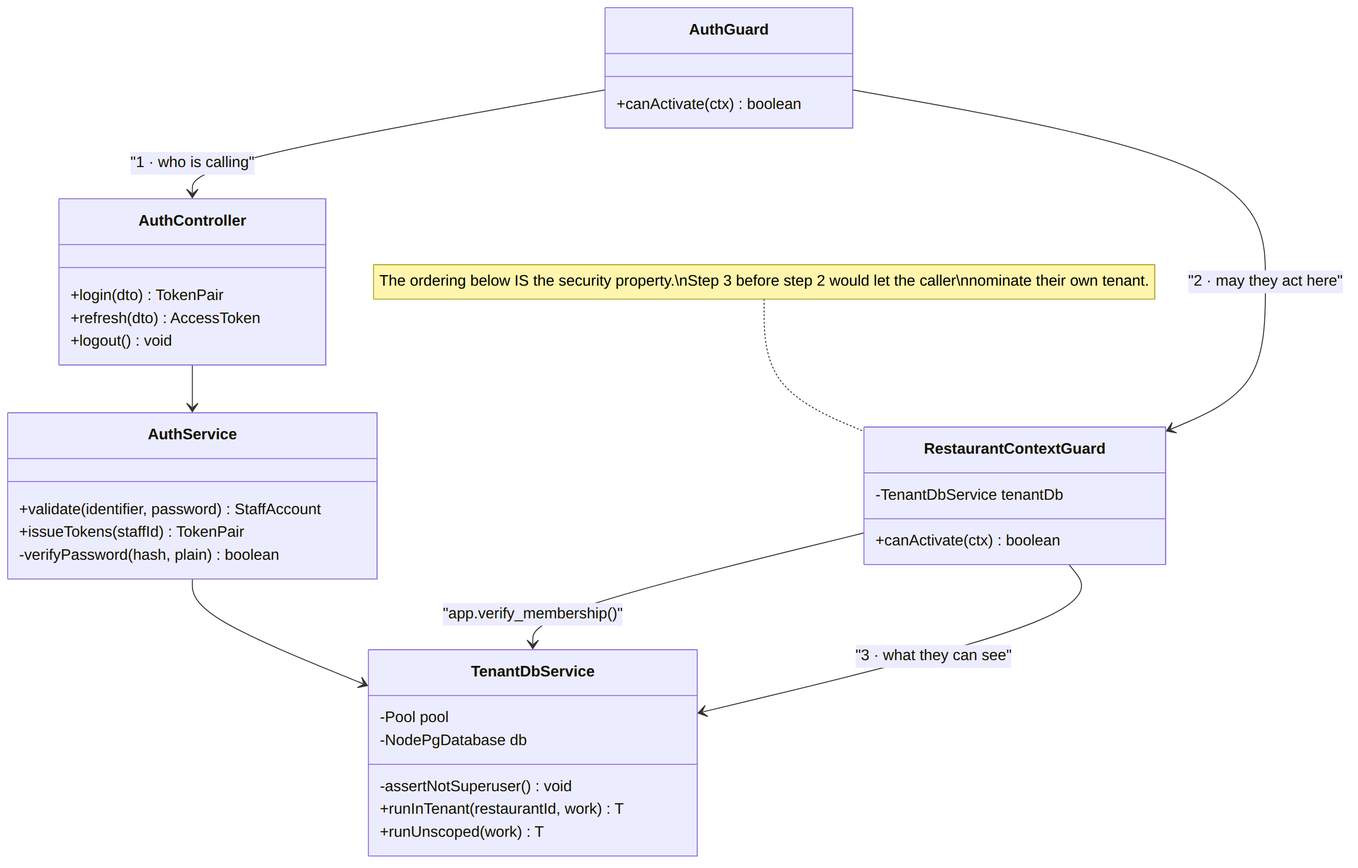
This is docs/diagrams/06a-class-auth.png from mozz-labs/sufria, a Mermaid export, as it was before one commit. Its source is kept beside it as docs/diagrams/06a-class-auth.mmd. Its diagram source:
```mermaid
classDiagram
    direction TB
    note for RestaurantContextGuard "The ordering below IS the security property.\nStep 3 before step 2 would let the caller\nnominate their own tenant."

    class AuthController {
        +login(dto) TokenPair
        +refresh(dto) AccessToken
        +logout() void
    }
    class AuthService {
        +validate(identifier, password) StaffAccount
        +issueTokens(staffId) TokenPair
        -verifyPassword(hash, plain) boolean
    }
    class AuthGuard {
        +canActivate(ctx) boolean
    }
    class RestaurantContextGuard {
        -TenantDbService tenantDb
        +canActivate(ctx) boolean
    }
    class TenantDbService {
        -Pool pool
        -NodePgDatabase db
        -assertNotSuperuser() void
        +runInTenant(restaurantId, work) T
        +runUnscoped(work) T
    }

    AuthController --> AuthService
    AuthService --> TenantDbService
    AuthGuard --> AuthController : "1 · who is calling"
    AuthGuard --> RestaurantContextGuard : "2 · may they act here"
    RestaurantContextGuard --> TenantDbService : "app.verify_membership()"
    RestaurantContextGuard --> TenantDbService : "3 · what they can see"
```
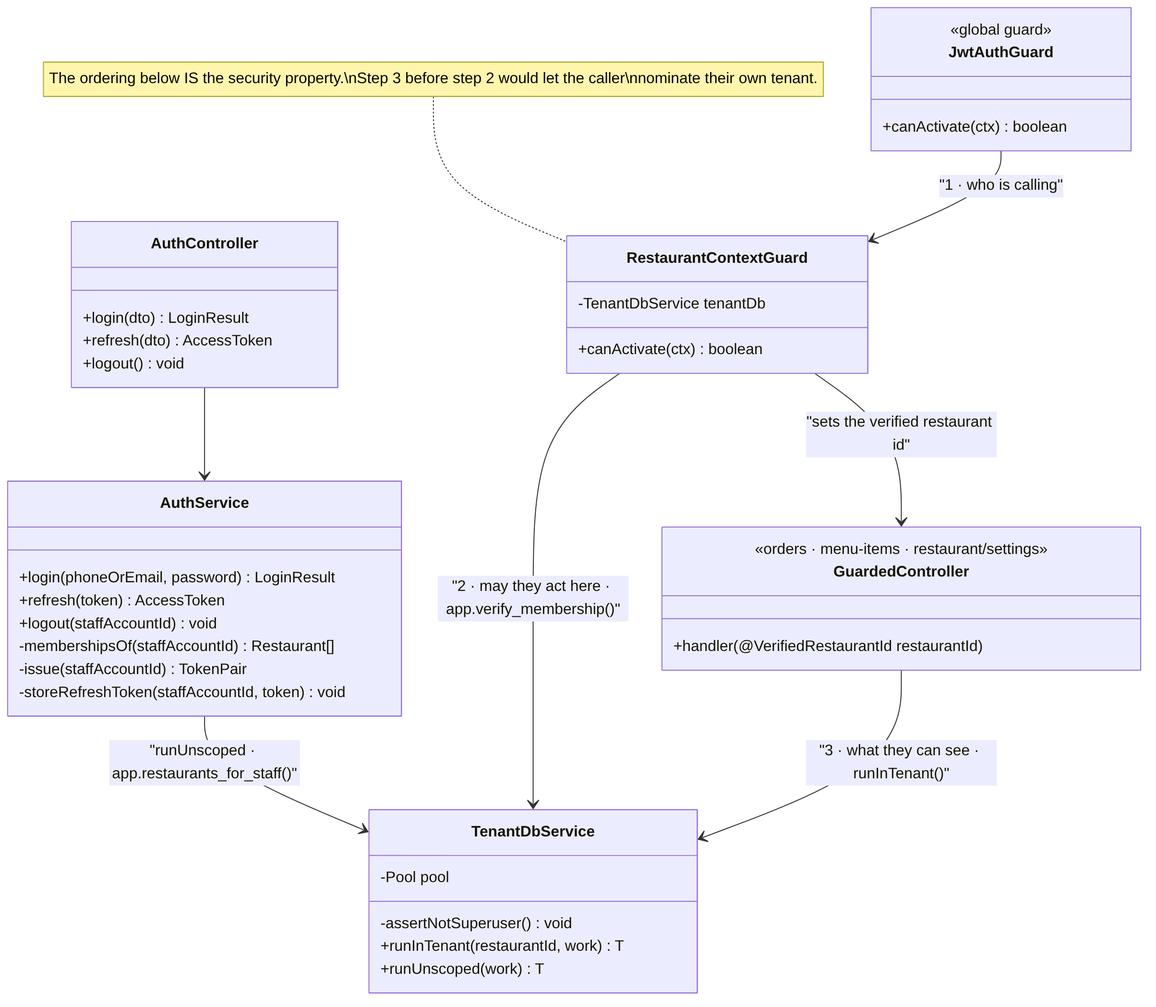
After the commit.

The edit, as a diff of the source:
```diff
@@ -1,35 +1,42 @@
 classDiagram
     direction TB
-    note for RestaurantContextGuard "The ordering below IS the security property.\nStep 3 before step 2 would let the caller\nnominate their own tenant."
+    note for RestaurantContextGuard "The ordering below IS the security property.<br/>Step 3 before step 2 would let the caller<br/>nominate their own tenant."
 
     class AuthController {
-        +login(dto) TokenPair
+        +login(dto) LoginResult
         +refresh(dto) AccessToken
         +logout() void
     }
     class AuthService {
-        +validate(identifier, password) StaffAccount
-        +issueTokens(staffId) TokenPair
-        -verifyPassword(hash, plain) boolean
+        +login(phoneOrEmail, password) LoginResult
+        +refresh(token) AccessToken
+        +logout(staffAccountId) void
+        -membershipsOf(staffAccountId) Restaurant[]
+        -issue(staffAccountId) TokenPair
+        -storeRefreshToken(staffAccountId, token) void
     }
-    class AuthGuard {
+    class JwtAuthGuard {
+        <<global guard>>
         +canActivate(ctx) boolean
     }
     class RestaurantContextGuard {
         -TenantDbService tenantDb
         +canActivate(ctx) boolean
     }
+    class GuardedController {
+        <<orders · menu-items · restaurant/settings>>
+        +handler(@VerifiedRestaurantId restaurantId)
+    }
     class TenantDbService {
         -Pool pool
-        -NodePgDatabase db
         -assertNotSuperuser() void
         +runInTenant(restaurantId, work) T
         +runUnscoped(work) T
     }
 
     AuthController --> AuthService
-    AuthService --> TenantDbService
-    AuthGuard --> AuthController : "1 · who is calling"
-    AuthGuard --> RestaurantContextGuard : "2 · may they act here"
-    RestaurantContextGuard --> TenantDbService : "app.verify_membership()"
-    RestaurantContextGuard --> TenantDbService : "3 · what they can see"
+    AuthService --> TenantDbService : runUnscoped · app.restaurants_for_staff()
+    JwtAuthGuard --> RestaurantContextGuard : 1 · who is calling
+    RestaurantContextGuard --> TenantDbService : 2 · may they act here · app.verify_membership()
+    RestaurantContextGuard --> GuardedController : sets the verified restaurant id
+    GuardedController --> TenantDbService : 3 · what they can see · runInTenant()
```
